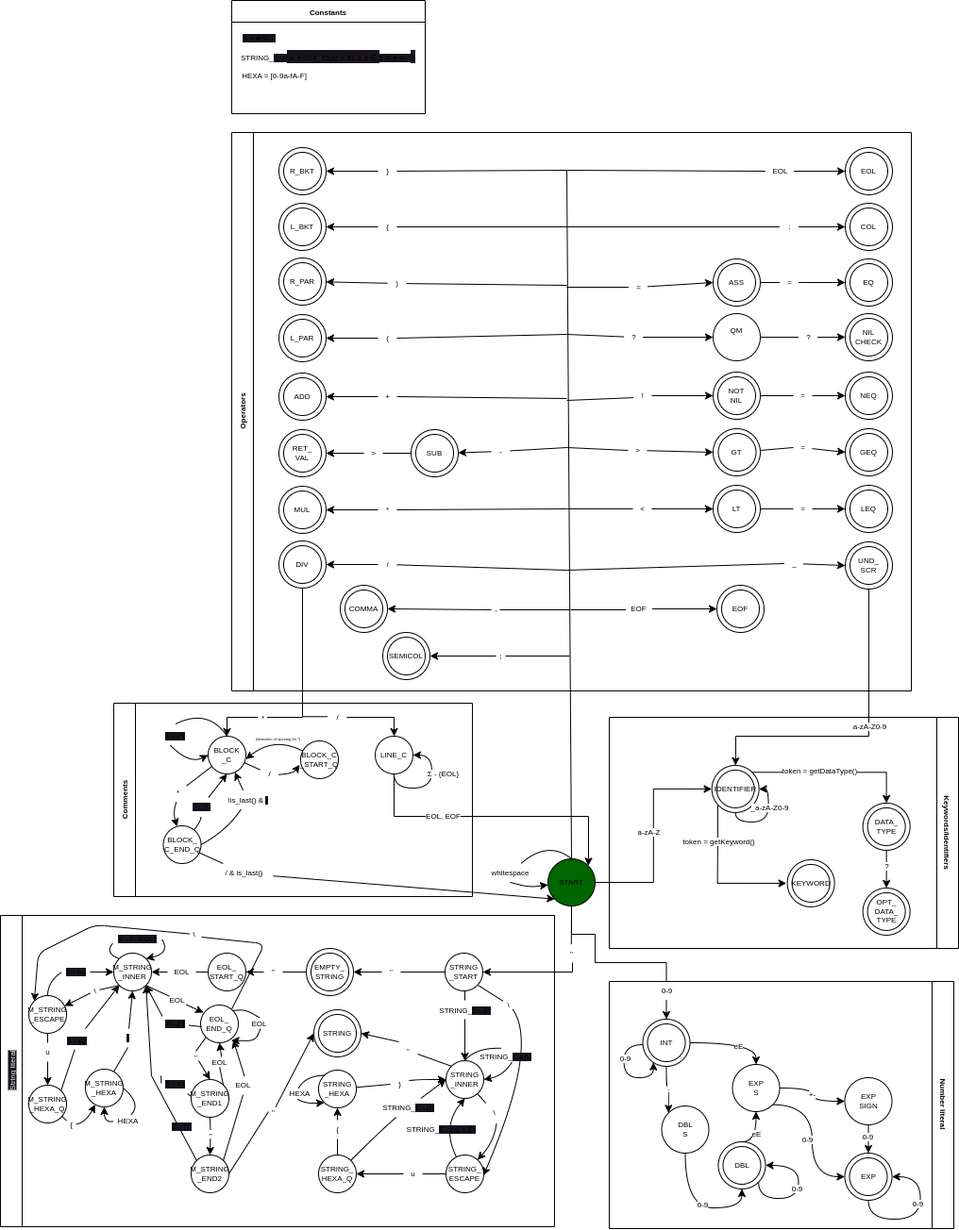
Earlier version of the draw.io export doc/fsm_draft.drawio.png (pomjak/IFJ23). Source tidied: cells renumbered, new cells last; positions are measured from the earlier drawing's top-left corner, leaving out a move shared by most shapes.
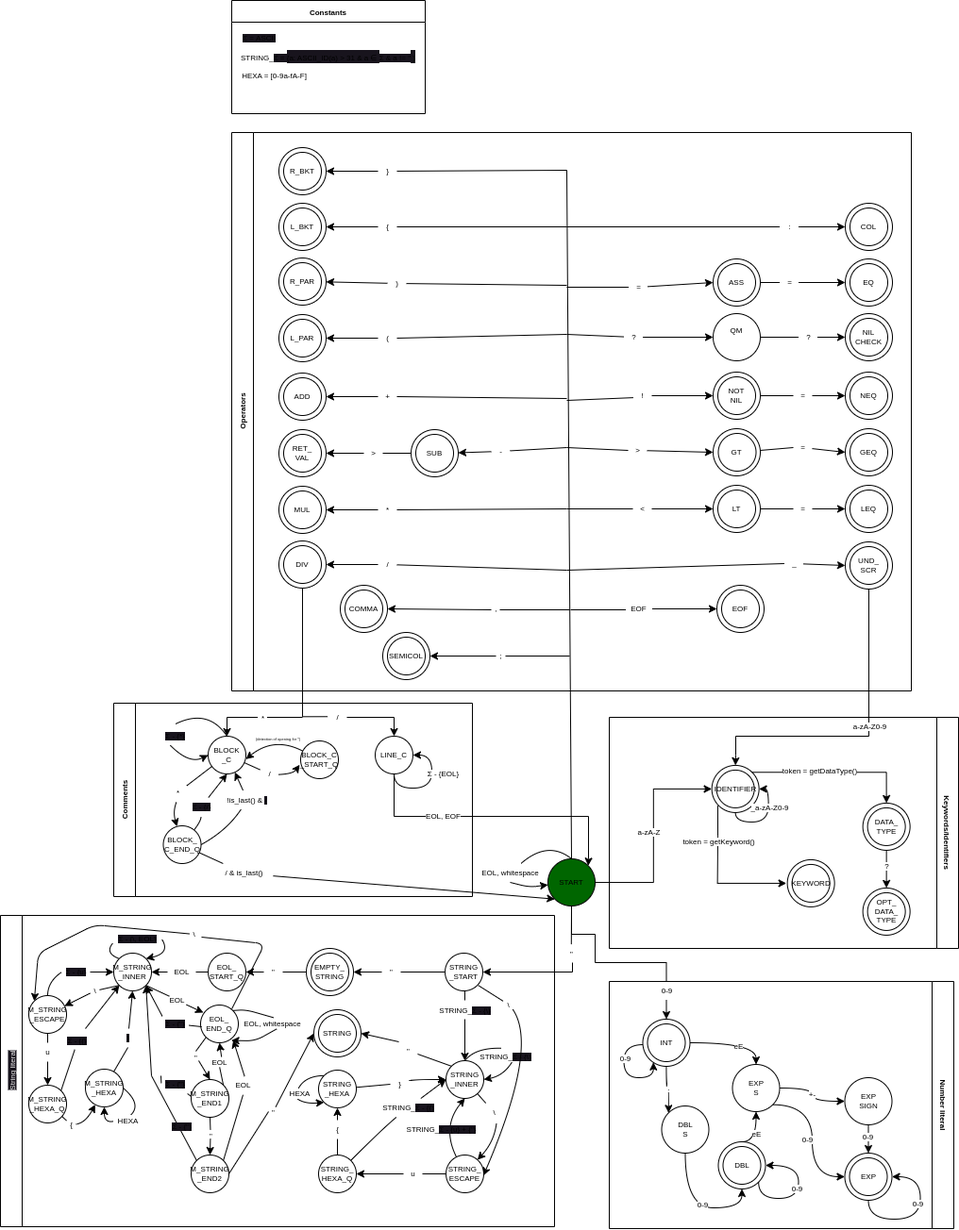
After the commit.

Commit message:
remove state eol, add whitespace to end of multistring

Change to the diagram source:
```diff
@@ -525,26 +525,6 @@
     <mxCell id="157" value="COL" style="ellipse;whiteSpace=wrap;html=1;fillColor=none;fontSize=8;spacing=-1;" parent="155" vertex="1">
       <mxGeometry width="50" height="50" as="geometry" />
     </mxCell>
-    <mxCell id="158" style="group;fontSize=8;spacing=-1;" parent="37" vertex="1">
-      <mxGeometry x="650" y="16" width="50" height="50" as="geometry" />
-    </mxCell>
-    <mxCell id="159" style="ellipse;whiteSpace=wrap;html=1;fontSize=8;spacing=-1;" parent="158" vertex="1">
-      <mxGeometry x="5" y="5" width="40" height="40" as="geometry" />
-    </mxCell>
-    <mxCell id="160" value="&lt;div style=&quot;font-size: 8px;&quot;&gt;EOL&lt;/div&gt;" style="ellipse;whiteSpace=wrap;html=1;fillColor=none;fontSize=8;spacing=-1;" parent="158" vertex="1">
-      <mxGeometry width="50" height="50" as="geometry" />
-    </mxCell>
-    <mxCell id="161" style="endArrow=classic;html=1;entryX=0;entryY=0.5;entryDx=0;entryDy=0;startArrow=none;fontSize=8;spacing=-1;" parent="37" edge="1" source="163" target="160">
-      <mxGeometry relative="1" as="geometry" />
-    </mxCell>
-    <mxCell id="162" style="endArrow=none;html=1;entryX=0;entryY=0.5;entryDx=0;entryDy=0;fontSize=8;spacing=-1;" parent="37" edge="1" target="163">
-      <mxGeometry relative="1" as="geometry">
-        <mxPoint x="355" y="40" as="sourcePoint" />
-      </mxGeometry>
-    </mxCell>
-    <mxCell id="163" value="EOL" style="text;html=1;align=center;verticalAlign=middle;points=[];strokeColor=none;fillColor=none;fontSize=8;spacing=-1;" parent="37" vertex="1">
-      <mxGeometry x="565.5" y="31" width="30" height="20" as="geometry" />
-    </mxCell>
     <mxCell id="164" style="endArrow=classic;html=1;entryX=0;entryY=0.5;entryDx=0;entryDy=0;startArrow=none;fontSize=8;spacing=-1;" parent="37" edge="1" source="166" target="157">
       <mxGeometry relative="1" as="geometry" />
     </mxCell>
@@ -634,8 +614,8 @@
         </Array>
       </mxGeometry>
     </mxCell>
-    <mxCell id="185" value="whitespace" style="text;html=1;align=center;verticalAlign=middle;points=[];strokeColor=none;fillColor=none;fontSize=8;spacing=-1;" parent="1" vertex="1">
-      <mxGeometry x="510" y="915" width="60" height="20" as="geometry" />
+    <mxCell id="185" value="EOL, whitespace" style="text;html=1;align=center;verticalAlign=middle;points=[];strokeColor=none;fillColor=none;fontSize=8;spacing=-1;" parent="1" vertex="1">
+      <mxGeometry x="500" y="915" width="80" height="20" as="geometry" />
     </mxCell>
     <mxCell id="186" style="endArrow=classic;html=1;exitX=0.5;exitY=1;exitDx=0;exitDy=0;exitPerimeter=0;fontSize=8;spacing=-1;" parent="1" edge="1" source="185" target="4">
       <mxGeometry relative="1" as="geometry">
@@ -1205,8 +1185,8 @@
         </Array>
       </mxGeometry>
     </mxCell>
-    <mxCell id="332" value="EOL" style="text;html=1;align=center;verticalAlign=middle;points=[];strokeColor=none;fillColor=none;spacing=0;spacingRight=-4;spacingLeft=-4;fontSize=8;spacingBottom=-2;spacingTop=-2;" parent="219" vertex="1">
-      <mxGeometry x="264" y="110" width="20" height="10" as="geometry" />
+    <mxCell id="332" value="EOL, whitespace" style="text;html=1;align=center;verticalAlign=middle;points=[];strokeColor=none;fillColor=none;spacing=0;spacingRight=-4;spacingLeft=-4;fontSize=8;spacingBottom=-2;spacingTop=-2;" parent="219" vertex="1">
+      <mxGeometry x="253" y="110" width="70" height="10" as="geometry" />
     </mxCell>
     <mxCell id="333" style="endArrow=classic;html=1;fontSize=8;entryX=0;entryY=0;entryDx=0;entryDy=0;startArrow=none;" parent="219" edge="1" source="334" target="266">
       <mxGeometry relative="1" as="geometry">
```
